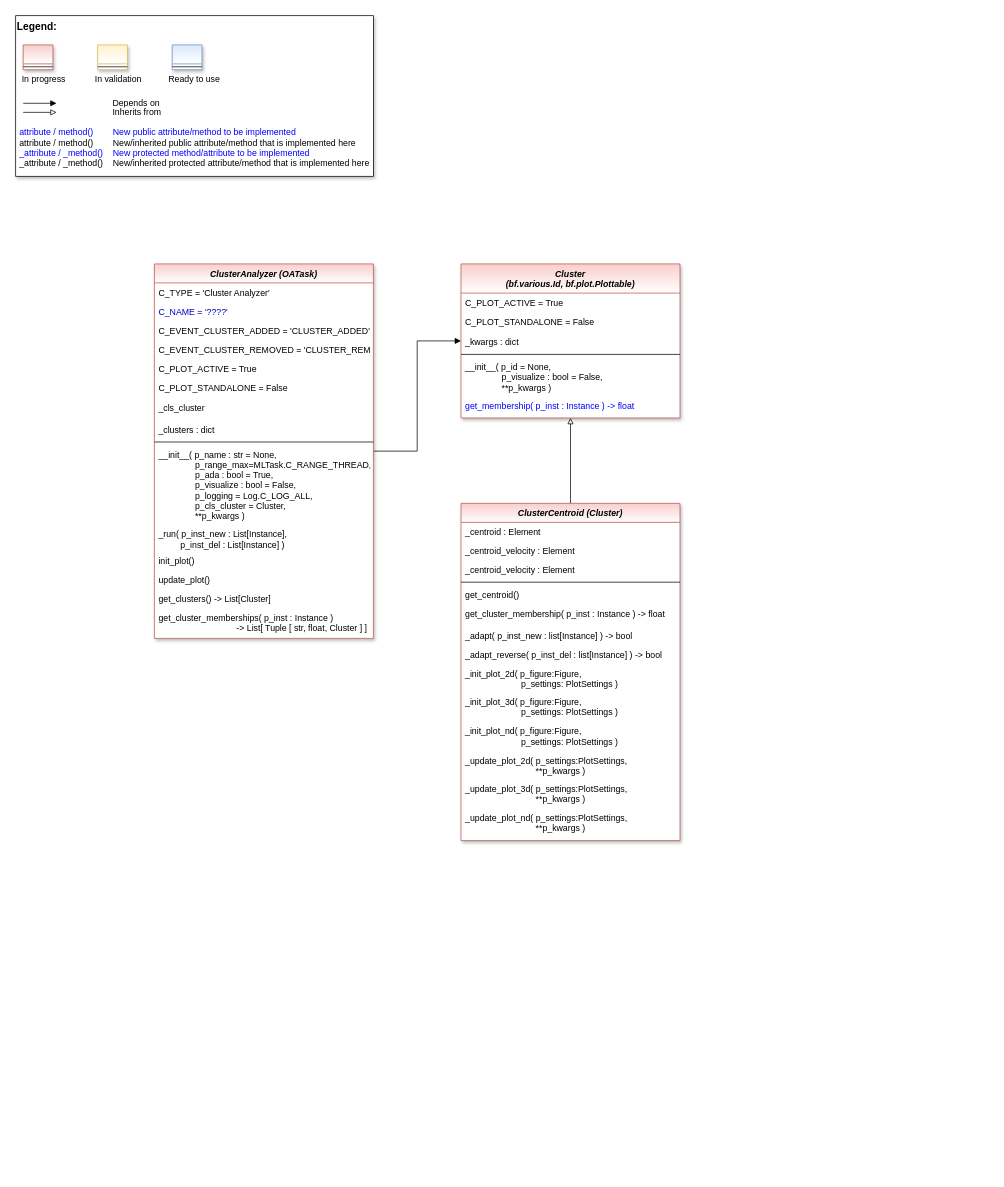
Above: doc/rtd/content/04_appendices/appendix2/sub/core/mlpro_oa/streams/tasks/images/MLPro-OA-Cluster_Analyzers_class_diagram.drawio in fhswf/MLPro (draw.io), before the change. Source tidied: cells renumbered, new cells numbered last; positions are measured from the earlier drawing's top-left corner, leaving out a move shared by most shapes. Both pictures are drawn from the tidied source at 73%, with x=0, y=0 at pixel (15, 15).
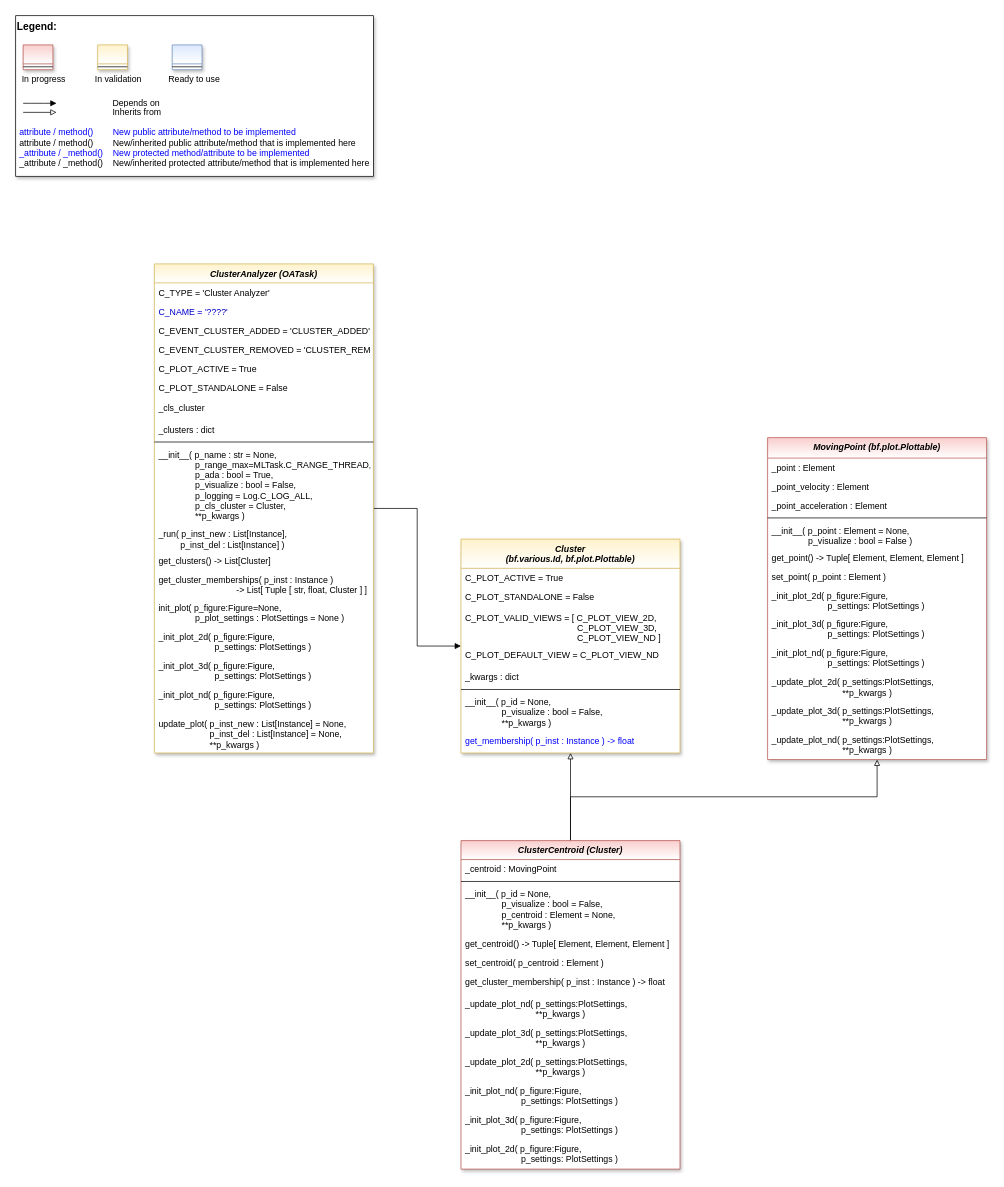
After the change.

Diff of the diagram source:
```diff
@@
-    <mxCell id="13" value="ClusterAnalyzer (OATask)" style="swimlane;fontStyle=3;align=center;verticalAlign=top;horizontal=1;startSize=26;rounded=0;shadow=1;strokeWidth=1;fillColor=#f8cecc;strokeColor=#b85450;swimlaneFillColor=#ffffff;gradientColor=#FFFFFF;" parent="1" vertex="1">
-      <mxGeometry x="190" y="340" width="300" height="513" as="geometry" />
+    <mxCell id="13" value="ClusterAnalyzer (OATask)" style="swimlane;fontStyle=3;align=center;verticalAlign=top;horizontal=1;startSize=26;rounded=0;shadow=1;strokeWidth=1;fillColor=#fff2cc;strokeColor=#d6b656;swimlaneFillColor=#ffffff;gradientColor=#FFFFFF;" parent="1" vertex="1">
+      <mxGeometry x="190" y="340" width="300" height="670" as="geometry" />
     </mxCell>
@@
-    <mxCell id="25" value="init_plot()" style="text;align=left;verticalAlign=top;spacingLeft=4;spacingRight=4;overflow=hidden;fontColor=default;" parent="13" vertex="1">
-      <mxGeometry y="393" width="300" height="26" as="geometry" />
-    </mxCell>
-    <mxCell id="26" value="update_plot()" style="text;align=left;verticalAlign=top;spacingLeft=4;spacingRight=4;overflow=hidden;fontColor=default;" parent="13" vertex="1">
-      <mxGeometry y="419" width="300" height="26" as="geometry" />
-    </mxCell>
     <mxCell id="27" value="get_clusters() -&gt; List[Cluster]" style="text;align=left;verticalAlign=top;spacingLeft=4;spacingRight=4;overflow=hidden;fontColor=default;" parent="13" vertex="1">
-      <mxGeometry y="445" width="300" height="26" as="geometry" />
+      <mxGeometry y="393" width="300" height="26" as="geometry" />
     </mxCell>
     <mxCell id="28" value="get_cluster_memberships( p_inst : Instance ) &#10;                                -&gt; List[ Tuple [ str, float, Cluster ] ]" style="text;align=left;verticalAlign=top;spacingLeft=4;spacingRight=4;overflow=hidden;fontColor=default;" parent="13" vertex="1">
-      <mxGeometry y="471" width="300" height="39" as="geometry" />
+      <mxGeometry y="419" width="300" height="39" as="geometry" />
     </mxCell>
+    <mxCell id="52" value="init_plot( p_figure:Figure=None, &#10;               p_plot_settings : PlotSettings = None )" style="text;align=left;verticalAlign=top;spacingLeft=4;spacingRight=4;overflow=hidden;fontColor=default;" parent="13" vertex="1">
+      <mxGeometry y="458" width="300" height="40" as="geometry" />
+    </mxCell>
+    <mxCell id="53" value="_init_plot_2d( p_figure:Figure, &#10;                       p_settings: PlotSettings )" style="text;align=left;verticalAlign=top;spacingLeft=4;spacingRight=4;overflow=hidden;fontColor=default;" parent="13" vertex="1">
+      <mxGeometry y="498" width="300" height="39" as="geometry" />
+    </mxCell>
+    <mxCell id="54" value="_init_plot_3d( p_figure:Figure, &#10;                       p_settings: PlotSettings )" style="text;align=left;verticalAlign=top;spacingLeft=4;spacingRight=4;overflow=hidden;fontColor=default;" parent="13" vertex="1">
+      <mxGeometry y="537" width="300" height="40" as="geometry" />
+    </mxCell>
+    <mxCell id="55" value="_init_plot_nd( p_figure:Figure, &#10;                       p_settings: PlotSettings )" style="text;align=left;verticalAlign=top;spacingLeft=4;spacingRight=4;overflow=hidden;fontColor=default;" parent="13" vertex="1">
+      <mxGeometry y="577" width="300" height="40" as="geometry" />
+    </mxCell>
+    <mxCell id="56" value="update_plot( p_inst_new : List[Instance] = None, &#10;                     p_inst_del : List[Instance] = None,&#10;                     **p_kwargs )" style="text;align=left;verticalAlign=top;spacingLeft=4;spacingRight=4;overflow=hidden;fontColor=default;" parent="13" vertex="1">
+      <mxGeometry y="617" width="300" height="52" as="geometry" />
+    </mxCell>
-    <mxCell id="29" value="Cluster &#10;(bf.various.Id, bf.plot.Plottable)" style="swimlane;fontStyle=3;align=center;verticalAlign=top;horizontal=1;startSize=40;rounded=0;shadow=1;strokeWidth=1;fillColor=#f8cecc;strokeColor=#b85450;swimlaneFillColor=#ffffff;gradientColor=#FFFFFF;" parent="1" vertex="1">
-      <mxGeometry x="610" y="340" width="300" height="211" as="geometry" />
+    <mxCell id="29" value="Cluster &#10;(bf.various.Id, bf.plot.Plottable)" style="swimlane;fontStyle=3;align=center;verticalAlign=top;horizontal=1;startSize=40;rounded=0;shadow=1;strokeWidth=1;fillColor=#fff2cc;strokeColor=#d6b656;swimlaneFillColor=#ffffff;gradientColor=#FFFFFF;" parent="1" vertex="1">
+      <mxGeometry x="610" y="717" width="300" height="293" as="geometry" />
     </mxCell>
@@
+    <mxCell id="57" value="C_PLOT_VALID_VIEWS = [ C_PLOT_VIEW_2D,&#10;                                              C_PLOT_VIEW_3D,&#10;                                              C_PLOT_VIEW_ND ]" style="text;align=left;verticalAlign=top;spacingLeft=4;spacingRight=4;overflow=hidden;fontColor=default;" parent="29" vertex="1">
+      <mxGeometry y="94" width="300" height="52" as="geometry" />
+    </mxCell>
+    <mxCell id="58" value="C_PLOT_DEFAULT_VIEW = C_PLOT_VIEW_ND" style="text;align=left;verticalAlign=top;spacingLeft=4;spacingRight=4;overflow=hidden;fontColor=default;" parent="29" vertex="1">
+      <mxGeometry y="146" width="300" height="30" as="geometry" />
+    </mxCell>
     <mxCell id="32" value="_kwargs : dict" style="text;align=left;verticalAlign=top;spacingLeft=4;spacingRight=4;overflow=hidden;fontColor=default;" parent="29" vertex="1">
-      <mxGeometry y="94" width="300" height="26" as="geometry" />
+      <mxGeometry y="176" width="300" height="26" as="geometry" />
     </mxCell>
     <mxCell id="33" style="line;html=1;strokeWidth=1;align=left;verticalAlign=middle;spacingTop=-1;spacingLeft=3;spacingRight=3;labelPosition=right;" parent="29" vertex="1">
-      <mxGeometry y="120" width="300" height="8" as="geometry" />
+      <mxGeometry y="202" width="300" height="8" as="geometry" />
     </mxCell>
     <mxCell id="34" value="__init__( p_id = None, &#10;               p_visualize : bool = False,&#10;               **p_kwargs )" style="text;align=left;verticalAlign=top;spacingLeft=4;spacingRight=4;overflow=hidden;fontColor=default;" parent="29" vertex="1">
-      <mxGeometry y="128" width="300" height="53" as="geometry" />
+      <mxGeometry y="210" width="300" height="53" as="geometry" />
     </mxCell>
     <mxCell id="35" value="get_membership( p_inst : Instance ) -&gt; float" style="text;align=left;verticalAlign=top;spacingLeft=4;spacingRight=4;overflow=hidden;fontColor=#0000FF;" parent="29" vertex="1">
-      <mxGeometry y="181" width="300" height="30" as="geometry" />
+      <mxGeometry y="263" width="300" height="30" as="geometry" />
     </mxCell>
@@
+    <mxCell id="59" style="edgeStyle=orthogonalEdgeStyle;rounded=0;jettySize=auto;html=1;fontColor=default;endArrow=block;endFill=0;" parent="1" edge="1" source="37" target="62">
+      <mxGeometry relative="1" as="geometry">
+        <Array as="points">
+          <mxPoint x="760" y="1070" />
+          <mxPoint x="1180" y="1070" />
+        </Array>
+      </mxGeometry>
+    </mxCell>
     <mxCell id="37" value="ClusterCentroid (Cluster)" style="swimlane;fontStyle=3;align=center;verticalAlign=top;horizontal=1;startSize=26;rounded=0;shadow=1;strokeWidth=1;fillColor=#f8cecc;strokeColor=#b85450;swimlaneFillColor=#ffffff;gradientColor=#ffffff;" parent="1" vertex="1">
-      <mxGeometry x="610" y="668" width="300" height="462" as="geometry" />
+      <mxGeometry x="610" y="1130" width="300" height="450" as="geometry" />
     </mxCell>
-    <mxCell id="38" value="_centroid : Element" style="text;align=left;verticalAlign=top;spacingLeft=4;spacingRight=4;overflow=hidden;" parent="37" vertex="1">
+    <mxCell id="38" value="_centroid : MovingPoint" style="text;align=left;verticalAlign=top;spacingLeft=4;spacingRight=4;overflow=hidden;" parent="37" vertex="1">
       <mxGeometry y="26" width="300" height="26" as="geometry" />
     </mxCell>
-    <mxCell id="39" value="_centroid_velocity : Element" style="text;align=left;verticalAlign=top;spacingLeft=4;spacingRight=4;overflow=hidden;" parent="37" vertex="1">
-      <mxGeometry y="52" width="300" height="26" as="geometry" />
-    </mxCell>
-    <mxCell id="40" value="_centroid_velocity : Element" style="text;align=left;verticalAlign=top;spacingLeft=4;spacingRight=4;overflow=hidden;" parent="37" vertex="1">
-      <mxGeometry y="78" width="300" height="26" as="geometry" />
-    </mxCell>
     <mxCell id="41" style="line;html=1;strokeWidth=1;align=left;verticalAlign=middle;spacingTop=-1;spacingLeft=3;spacingRight=3;labelPosition=right;" parent="37" vertex="1">
-      <mxGeometry y="104" width="300" height="8" as="geometry" />
+      <mxGeometry y="52" width="300" height="8" as="geometry" />
     </mxCell>
+    <mxCell id="60" value="__init__( p_id = None, &#10;               p_visualize : bool = False,&#10;               p_centroid : Element = None,&#10;               **p_kwargs )" style="text;align=left;verticalAlign=top;spacingLeft=4;spacingRight=4;overflow=hidden;fontColor=default;" parent="37" vertex="1">
+      <mxGeometry y="60" width="300" height="68" as="geometry" />
+    </mxCell>
-    <mxCell id="42" value="get_centroid()" style="text;align=left;verticalAlign=top;spacingLeft=4;spacingRight=4;overflow=hidden;" parent="37" vertex="1">
-      <mxGeometry y="112" width="300" height="26" as="geometry" />
+    <mxCell id="42" value="get_centroid() -&gt; Tuple[ Element, Element, Element ]" style="text;align=left;verticalAlign=top;spacingLeft=4;spacingRight=4;overflow=hidden;" parent="37" vertex="1">
+      <mxGeometry y="128" width="300" height="26" as="geometry" />
     </mxCell>
+    <mxCell id="61" value="set_centroid( p_centroid : Element )" style="text;align=left;verticalAlign=top;spacingLeft=4;spacingRight=4;overflow=hidden;" parent="37" vertex="1">
+      <mxGeometry y="154" width="300" height="26" as="geometry" />
+    </mxCell>
     <mxCell id="43" value="get_cluster_membership( p_inst : Instance ) -&gt; float" style="text;align=left;verticalAlign=top;spacingLeft=4;spacingRight=4;overflow=hidden;fontColor=default;" parent="37" vertex="1">
-      <mxGeometry y="138" width="300" height="30" as="geometry" />
+      <mxGeometry y="180" width="300" height="30" as="geometry" />
     </mxCell>
-    <mxCell id="44" value="_adapt( p_inst_new : list[Instance] ) -&gt; bool" style="text;align=left;verticalAlign=top;spacingLeft=4;spacingRight=4;overflow=hidden;fontColor=default;" parent="37" vertex="1">
-      <mxGeometry y="168" width="300" height="26" as="geometry" />
-    </mxCell>
-    <mxCell id="45" value="_adapt_reverse( p_inst_del : list[Instance] ) -&gt; bool" style="text;align=left;verticalAlign=top;spacingLeft=4;spacingRight=4;overflow=hidden;fontColor=default;" parent="37" vertex="1">
-      <mxGeometry y="194" width="300" height="26" as="geometry" />
-    </mxCell>
+    <mxCell id="51" value="_update_plot_nd( p_settings:PlotSettings,&#10;                             **p_kwargs )" style="text;align=left;verticalAlign=top;spacingLeft=4;spacingRight=4;overflow=hidden;fontColor=default;" parent="37" vertex="1">
+      <mxGeometry y="210" width="300" height="40" as="geometry" />
+    </mxCell>
+    <mxCell id="50" value="_update_plot_3d( p_settings:PlotSettings,&#10;                             **p_kwargs )" style="text;align=left;verticalAlign=top;spacingLeft=4;spacingRight=4;overflow=hidden;fontColor=default;" parent="37" vertex="1">
+      <mxGeometry y="250" width="300" height="40" as="geometry" />
+    </mxCell>
+    <mxCell id="49" value="_update_plot_2d( p_settings:PlotSettings,&#10;                             **p_kwargs )" style="text;align=left;verticalAlign=top;spacingLeft=4;spacingRight=4;overflow=hidden;fontColor=default;" parent="37" vertex="1">
+      <mxGeometry y="290" width="300" height="39" as="geometry" />
+    </mxCell>
+    <mxCell id="48" value="_init_plot_nd( p_figure:Figure, &#10;                       p_settings: PlotSettings )" style="text;align=left;verticalAlign=top;spacingLeft=4;spacingRight=4;overflow=hidden;fontColor=default;" parent="37" vertex="1">
+      <mxGeometry y="329" width="300" height="40" as="geometry" />
+    </mxCell>
+    <mxCell id="47" value="_init_plot_3d( p_figure:Figure, &#10;                       p_settings: PlotSettings )" style="text;align=left;verticalAlign=top;spacingLeft=4;spacingRight=4;overflow=hidden;fontColor=default;" parent="37" vertex="1">
+      <mxGeometry y="369" width="300" height="40" as="geometry" />
+    </mxCell>
     <mxCell id="46" value="_init_plot_2d( p_figure:Figure, &#10;                       p_settings: PlotSettings )" style="text;align=left;verticalAlign=top;spacingLeft=4;spacingRight=4;overflow=hidden;fontColor=default;" parent="37" vertex="1">
-      <mxGeometry y="220" width="300" height="39" as="geometry" />
+      <mxGeometry y="409" width="300" height="39" as="geometry" />
     </mxCell>
-    <mxCell id="47" value="_init_plot_3d( p_figure:Figure, &#10;                       p_settings: PlotSettings )" style="text;align=left;verticalAlign=top;spacingLeft=4;spacingRight=4;overflow=hidden;fontColor=default;" parent="37" vertex="1">
-      <mxGeometry y="259" width="300" height="40" as="geometry" />
-    </mxCell>
-    <mxCell id="48" value="_init_plot_nd( p_figure:Figure, &#10;                       p_settings: PlotSettings )" style="text;align=left;verticalAlign=top;spacingLeft=4;spacingRight=4;overflow=hidden;fontColor=default;" parent="37" vertex="1">
-      <mxGeometry y="299" width="300" height="40" as="geometry" />
-    </mxCell>
-    <mxCell id="49" value="_update_plot_2d( p_settings:PlotSettings,&#10;                             **p_kwargs )" style="text;align=left;verticalAlign=top;spacingLeft=4;spacingRight=4;overflow=hidden;fontColor=default;" parent="37" vertex="1">
-      <mxGeometry y="339" width="300" height="39" as="geometry" />
-    </mxCell>
-    <mxCell id="50" value="_update_plot_3d( p_settings:PlotSettings,&#10;                             **p_kwargs )" style="text;align=left;verticalAlign=top;spacingLeft=4;spacingRight=4;overflow=hidden;fontColor=default;" parent="37" vertex="1">
-      <mxGeometry y="378" width="300" height="40" as="geometry" />
-    </mxCell>
-    <mxCell id="51" value="_update_plot_nd( p_settings:PlotSettings,&#10;                             **p_kwargs )" style="text;align=left;verticalAlign=top;spacingLeft=4;spacingRight=4;overflow=hidden;fontColor=default;" parent="37" vertex="1">
-      <mxGeometry y="418" width="300" height="40" as="geometry" />
-    </mxCell>
+    <mxCell id="62" value="MovingPoint (bf.plot.Plottable)" style="swimlane;fontStyle=3;align=center;verticalAlign=top;horizontal=1;startSize=28;rounded=0;shadow=1;strokeWidth=1;fillColor=#f8cecc;strokeColor=#b85450;swimlaneFillColor=#ffffff;gradientColor=#ffffff;" parent="1" vertex="1">
+      <mxGeometry x="1030" y="578" width="300" height="441" as="geometry" />
+    </mxCell>
+    <mxCell id="63" value="_point : Element" style="text;align=left;verticalAlign=top;spacingLeft=4;spacingRight=4;overflow=hidden;" parent="62" vertex="1">
+      <mxGeometry y="28" width="300" height="26" as="geometry" />
+    </mxCell>
+    <mxCell id="64" value="_point_velocity : Element" style="text;align=left;verticalAlign=top;spacingLeft=4;spacingRight=4;overflow=hidden;" parent="62" vertex="1">
+      <mxGeometry y="54" width="300" height="26" as="geometry" />
+    </mxCell>
+    <mxCell id="65" value="_point_acceleration : Element" style="text;align=left;verticalAlign=top;spacingLeft=4;spacingRight=4;overflow=hidden;" parent="62" vertex="1">
+      <mxGeometry y="80" width="300" height="26" as="geometry" />
+    </mxCell>
+    <mxCell id="66" style="line;html=1;strokeWidth=1;align=left;verticalAlign=middle;spacingTop=-1;spacingLeft=3;spacingRight=3;labelPosition=right;" parent="62" vertex="1">
+      <mxGeometry y="106" width="300" height="8" as="geometry" />
+    </mxCell>
+    <mxCell id="67" value="__init__( p_point : Element = None,&#10;               p_visualize : bool = False )" style="text;align=left;verticalAlign=top;spacingLeft=4;spacingRight=4;overflow=hidden;fontColor=default;" parent="62" vertex="1">
+      <mxGeometry y="114" width="300" height="37" as="geometry" />
+    </mxCell>
+    <mxCell id="68" value="get_point() -&gt; Tuple[ Element, Element, Element ]" style="text;align=left;verticalAlign=top;spacingLeft=4;spacingRight=4;overflow=hidden;" parent="62" vertex="1">
+      <mxGeometry y="151" width="300" height="26" as="geometry" />
+    </mxCell>
+    <mxCell id="69" value="set_point( p_point : Element )" style="text;align=left;verticalAlign=top;spacingLeft=4;spacingRight=4;overflow=hidden;" parent="62" vertex="1">
+      <mxGeometry y="177" width="300" height="26" as="geometry" />
+    </mxCell>
+    <mxCell id="70" value="_init_plot_2d( p_figure:Figure, &#10;                       p_settings: PlotSettings )" style="text;align=left;verticalAlign=top;spacingLeft=4;spacingRight=4;overflow=hidden;fontColor=default;" parent="62" vertex="1">
+      <mxGeometry y="203" width="300" height="39" as="geometry" />
+    </mxCell>
+    <mxCell id="71" value="_init_plot_3d( p_figure:Figure, &#10;                       p_settings: PlotSettings )" style="text;align=left;verticalAlign=top;spacingLeft=4;spacingRight=4;overflow=hidden;fontColor=default;" parent="62" vertex="1">
+      <mxGeometry y="242" width="300" height="40" as="geometry" />
+    </mxCell>
+    <mxCell id="72" value="_init_plot_nd( p_figure:Figure, &#10;                       p_settings: PlotSettings )" style="text;align=left;verticalAlign=top;spacingLeft=4;spacingRight=4;overflow=hidden;fontColor=default;" parent="62" vertex="1">
+      <mxGeometry y="282" width="300" height="40" as="geometry" />
+    </mxCell>
+    <mxCell id="73" value="_update_plot_2d( p_settings:PlotSettings,&#10;                             **p_kwargs )" style="text;align=left;verticalAlign=top;spacingLeft=4;spacingRight=4;overflow=hidden;fontColor=default;" parent="62" vertex="1">
+      <mxGeometry y="322" width="300" height="39" as="geometry" />
+    </mxCell>
+    <mxCell id="74" value="_update_plot_3d( p_settings:PlotSettings,&#10;                             **p_kwargs )" style="text;align=left;verticalAlign=top;spacingLeft=4;spacingRight=4;overflow=hidden;fontColor=default;" parent="62" vertex="1">
+      <mxGeometry y="361" width="300" height="40" as="geometry" />
+    </mxCell>
+    <mxCell id="75" value="_update_plot_nd( p_settings:PlotSettings,&#10;                             **p_kwargs )" style="text;align=left;verticalAlign=top;spacingLeft=4;spacingRight=4;overflow=hidden;fontColor=default;" parent="62" vertex="1">
+      <mxGeometry y="401" width="300" height="40" as="geometry" />
+    </mxCell>
```
